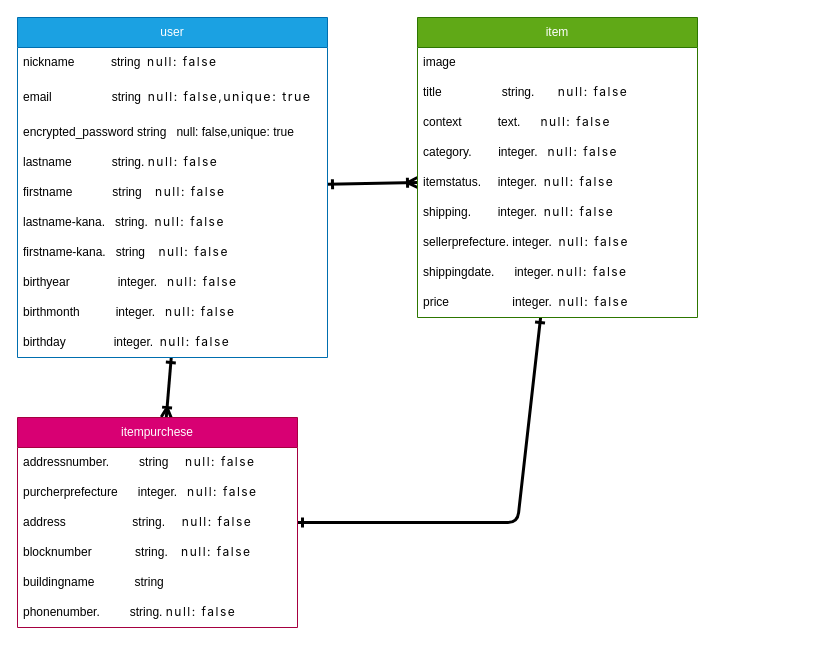
Above: detabese.dio in firecomenntdo/furima-41438 (draw.io), before the change. Source tidied: cells renumbered, new cells numbered last; positions are measured from the earlier drawing's top-left corner, leaving out a move shared by most shapes. Both pictures are drawn from the tidied source at 100%, with x=0, y=0 at pixel (17, 17).
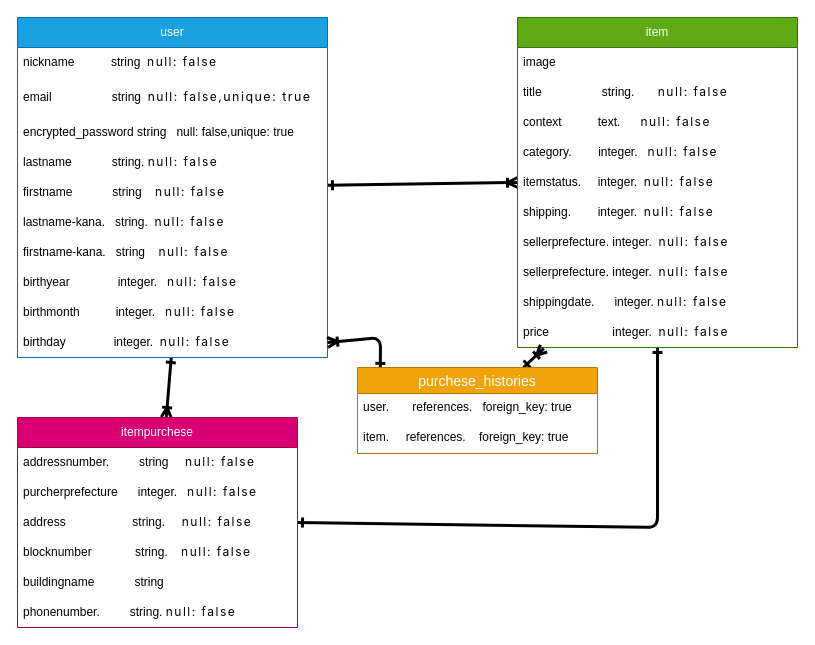
After the change.

Unchanged cells that the change refers to:
```xml
<mxCell id="14" value="birthday　　　　integer.&amp;nbsp;&amp;nbsp;&lt;span style=&quot;font-family: -apple-system, &amp;quot;system-ui&amp;quot;, &amp;quot;Noto Sans JP&amp;quot;, &amp;quot;Hiragino Sans&amp;quot;, &amp;quot;Hiragino Kaku Gothic ProN&amp;quot;, &amp;quot;segoe ui&amp;quot;, メイリオ, Meiryo, &amp;quot;ＭＳ Ｐゴシック&amp;quot;, &amp;quot;MS PGothic&amp;quot;, sans-serif; letter-spacing: 1.4952px;&quot;&gt;null: false&lt;/span&gt;" style="text;strokeColor=none;fillColor=none;align=left;verticalAlign=middle;spacingLeft=4;spacingRight=4;overflow=hidden;points=[[0,0.5],[1,0.5]];portConstraint=eastwest;whiteSpace=wrap;html=1;" parent="4" vertex="1">
  <mxGeometry y="310" width="310" height="30" as="geometry" />
</mxCell>
<mxCell id="29" value="address&amp;nbsp; &amp;nbsp; &amp;nbsp; &amp;nbsp; &amp;nbsp; &amp;nbsp; &amp;nbsp; &amp;nbsp; &amp;nbsp; &amp;nbsp; string.&amp;nbsp; &amp;nbsp; &amp;nbsp;&lt;span style=&quot;font-family: -apple-system, &amp;quot;system-ui&amp;quot;, &amp;quot;Noto Sans JP&amp;quot;, &amp;quot;Hiragino Sans&amp;quot;, &amp;quot;Hiragino Kaku Gothic ProN&amp;quot;, &amp;quot;segoe ui&amp;quot;, メイリオ, Meiryo, &amp;quot;ＭＳ Ｐゴシック&amp;quot;, &amp;quot;MS PGothic&amp;quot;, sans-serif; letter-spacing: 1.4952px;&quot;&gt;null: false&lt;/span&gt;" style="text;strokeColor=none;fillColor=none;align=left;verticalAlign=middle;spacingLeft=4;spacingRight=4;overflow=hidden;points=[[0,0.5],[1,0.5]];portConstraint=eastwest;whiteSpace=wrap;html=1;fontSize=12;" parent="26" vertex="1">
  <mxGeometry y="90" width="280" height="30" as="geometry" />
</mxCell>
```

The edit, as a diff of the source:
```diff
@@
     <mxCell id="15" style="edgeStyle=none;html=1;entryX=1;entryY=0.5;entryDx=0;entryDy=0;strokeWidth=3;fontSize=12;endArrow=ERone;endFill=0;startArrow=ERone;startFill=0;" parent="1" edge="1" source="16" target="29">
       <mxGeometry relative="1" as="geometry">
         <Array as="points">
-          <mxPoint x="500" y="505" />
+          <mxPoint x="640" y="510" />
         </Array>
       </mxGeometry>
     </mxCell>
     <mxCell id="16" value="item" style="swimlane;fontStyle=0;horizontal=1;startSize=30;whiteSpace=wrap;html=1;fillColor=#60a917;fontColor=#ffffff;strokeColor=#2D7600;swimlaneFillColor=default;" parent="1" vertex="1">
-      <mxGeometry x="400" width="280" height="300" as="geometry" />
+      <mxGeometry x="500" width="280" height="330" as="geometry" />
     </mxCell>
@@
+    <mxCell id="33" value="sellerprefecture. integer.&amp;nbsp;&amp;nbsp;&lt;span style=&quot;font-family: -apple-system, &amp;quot;system-ui&amp;quot;, &amp;quot;Noto Sans JP&amp;quot;, &amp;quot;Hiragino Sans&amp;quot;, &amp;quot;Hiragino Kaku Gothic ProN&amp;quot;, &amp;quot;segoe ui&amp;quot;, メイリオ, Meiryo, &amp;quot;ＭＳ Ｐゴシック&amp;quot;, &amp;quot;MS PGothic&amp;quot;, sans-serif; letter-spacing: 1.4952px;&quot;&gt;null: false&lt;/span&gt;" style="text;strokeColor=none;fillColor=none;align=left;verticalAlign=middle;spacingLeft=4;spacingRight=4;overflow=hidden;whiteSpace=wrap;html=1;" parent="16" vertex="1">
+      <mxGeometry y="210" width="280" height="30" as="geometry" />
+    </mxCell>
     <mxCell id="23" value="sellerprefecture. integer.&amp;nbsp;&amp;nbsp;&lt;span style=&quot;font-family: -apple-system, &amp;quot;system-ui&amp;quot;, &amp;quot;Noto Sans JP&amp;quot;, &amp;quot;Hiragino Sans&amp;quot;, &amp;quot;Hiragino Kaku Gothic ProN&amp;quot;, &amp;quot;segoe ui&amp;quot;, メイリオ, Meiryo, &amp;quot;ＭＳ Ｐゴシック&amp;quot;, &amp;quot;MS PGothic&amp;quot;, sans-serif; letter-spacing: 1.4952px;&quot;&gt;null: false&lt;/span&gt;" style="text;strokeColor=none;fillColor=none;align=left;verticalAlign=middle;spacingLeft=4;spacingRight=4;overflow=hidden;whiteSpace=wrap;html=1;" parent="16" vertex="1">
-      <mxGeometry y="210" width="280" height="30" as="geometry" />
+      <mxGeometry y="240" width="280" height="30" as="geometry" />
     </mxCell>
     <mxCell id="24" value="shippingdate.&amp;nbsp; &amp;nbsp; &amp;nbsp; integer.&amp;nbsp;&lt;span style=&quot;font-family: -apple-system, &amp;quot;system-ui&amp;quot;, &amp;quot;Noto Sans JP&amp;quot;, &amp;quot;Hiragino Sans&amp;quot;, &amp;quot;Hiragino Kaku Gothic ProN&amp;quot;, &amp;quot;segoe ui&amp;quot;, メイリオ, Meiryo, &amp;quot;ＭＳ Ｐゴシック&amp;quot;, &amp;quot;MS PGothic&amp;quot;, sans-serif; letter-spacing: 1.4952px;&quot;&gt;null: false&lt;/span&gt;" style="text;strokeColor=none;fillColor=none;align=left;verticalAlign=middle;spacingLeft=4;spacingRight=4;overflow=hidden;whiteSpace=wrap;html=1;" parent="16" vertex="1">
-      <mxGeometry y="240" width="280" height="30" as="geometry" />
+      <mxGeometry y="270" width="280" height="30" as="geometry" />
     </mxCell>
     <mxCell id="25" value="price&amp;nbsp; &amp;nbsp; &amp;nbsp; &amp;nbsp; &amp;nbsp; &amp;nbsp; &amp;nbsp; &amp;nbsp; &amp;nbsp; &amp;nbsp;integer.&amp;nbsp;&amp;nbsp;&lt;span style=&quot;font-family: -apple-system, &amp;quot;system-ui&amp;quot;, &amp;quot;Noto Sans JP&amp;quot;, &amp;quot;Hiragino Sans&amp;quot;, &amp;quot;Hiragino Kaku Gothic ProN&amp;quot;, &amp;quot;segoe ui&amp;quot;, メイリオ, Meiryo, &amp;quot;ＭＳ Ｐゴシック&amp;quot;, &amp;quot;MS PGothic&amp;quot;, sans-serif; letter-spacing: 1.4952px;&quot;&gt;null: false&lt;/span&gt;" style="text;strokeColor=none;fillColor=none;align=left;verticalAlign=middle;spacingLeft=4;spacingRight=4;overflow=hidden;points=[[0,0.5],[1,0.5]];portConstraint=eastwest;whiteSpace=wrap;html=1;" parent="16" vertex="1">
-      <mxGeometry y="270" width="280" height="30" as="geometry" />
+      <mxGeometry y="300" width="280" height="30" as="geometry" />
     </mxCell>
@@
+    <mxCell id="34" style="edgeStyle=none;html=1;entryX=0.094;entryY=1.029;entryDx=0;entryDy=0;entryPerimeter=0;fontColor=#FFFFFF;strokeWidth=3;endArrow=ERoneToMany;endFill=0;startArrow=ERone;startFill=0;" parent="1" edge="1" source="36" target="25">
+      <mxGeometry relative="1" as="geometry" />
+    </mxCell>
+    <mxCell id="35" style="edgeStyle=none;html=1;entryX=1;entryY=0.5;entryDx=0;entryDy=0;strokeWidth=3;fontColor=#FFFFFF;startArrow=ERone;startFill=0;endArrow=ERoneToMany;endFill=0;exitX=0.095;exitY=0.01;exitDx=0;exitDy=0;exitPerimeter=0;" parent="1" edge="1" source="36" target="14">
+      <mxGeometry relative="1" as="geometry">
+        <Array as="points">
+          <mxPoint x="363" y="320" />
+        </Array>
+      </mxGeometry>
+    </mxCell>
+    <mxCell id="36" value="purchese_histories" style="swimlane;fontStyle=0;horizontal=1;startSize=26;align=center;fontSize=14;fillColor=#f0a30a;fontColor=#FFFFFF;strokeColor=#BD7000;swimlaneFillColor=default;" parent="1" vertex="1">
+      <mxGeometry x="340" y="350" width="240" height="86" as="geometry" />
+    </mxCell>
+    <mxCell id="37" value="user.       references.   foreign_key: true" style="text;strokeColor=none;fillColor=none;spacingLeft=4;spacingRight=4;overflow=hidden;fontSize=12;" parent="36" vertex="1">
+      <mxGeometry y="26" width="240" height="30" as="geometry" />
+    </mxCell>
+    <mxCell id="38" value="item.     references.    foreign_key: true" style="text;strokeColor=none;fillColor=none;spacingLeft=4;spacingRight=4;overflow=hidden;fontSize=12;" parent="36" vertex="1">
+      <mxGeometry y="56" width="240" height="30" as="geometry" />
+    </mxCell>
```
